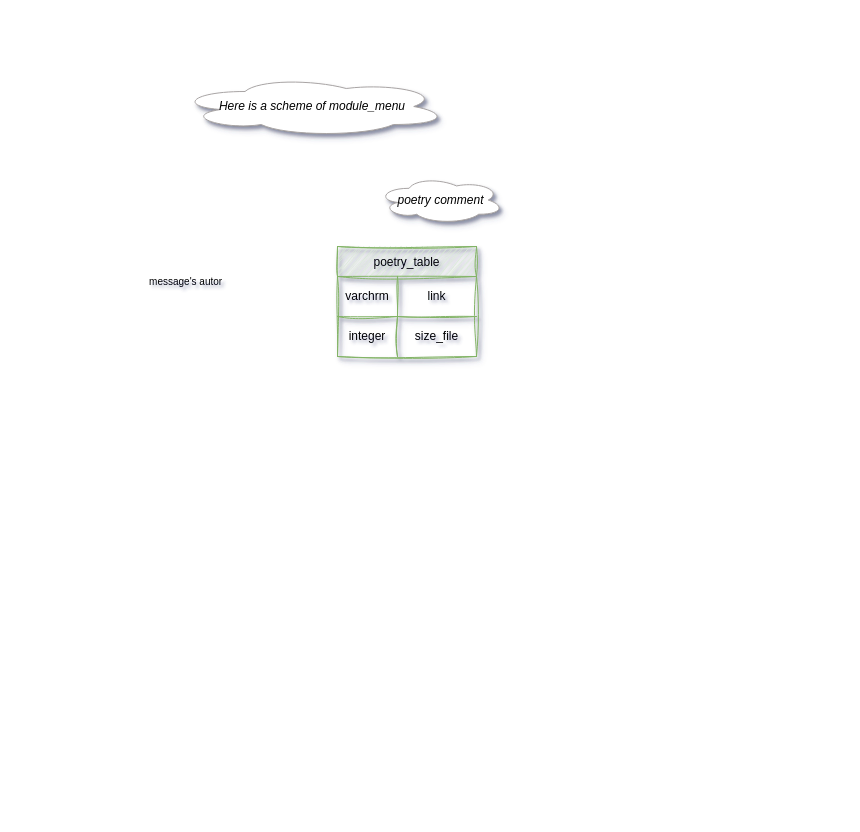
Before: archive/db-module_menu.drawio in Tryd0g0lik/module_menu, a draw.io diagram. Source tidied: cells renumbered, new cells numbered last; positions are measured from the earlier drawing's top-left corner, leaving out a move shared by most shapes. Both pictures are drawn from the tidied source at 100%, with x=0, y=0 at pixel (137, 76).
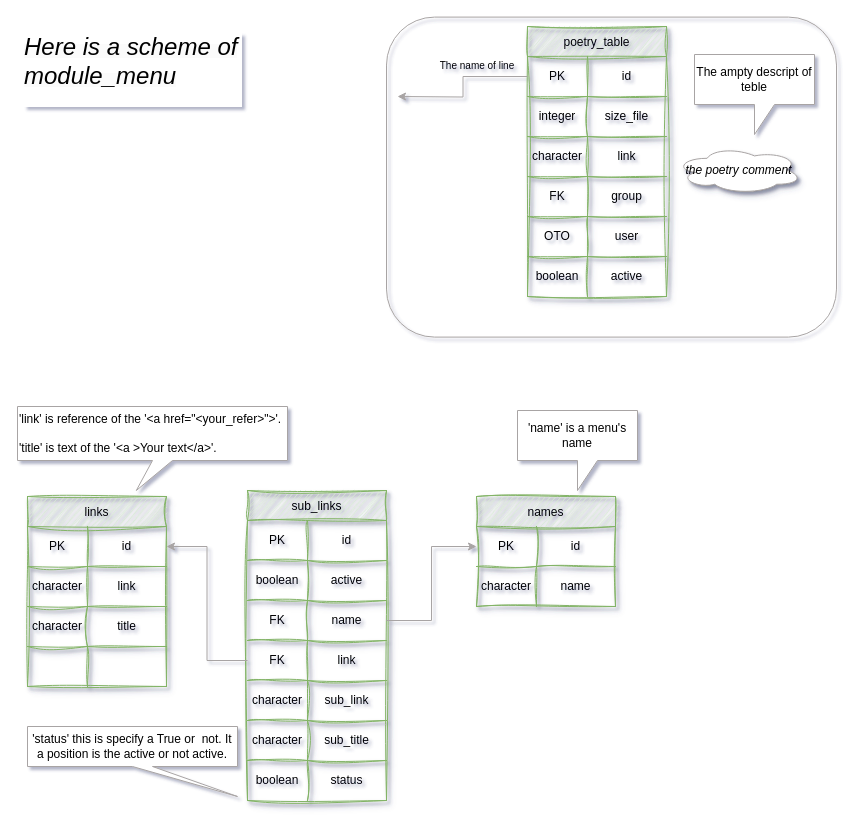
The same diagram, later.

Commit message (it also covers changes not shown here):
[master]: here a file 'archive/db-module_menu.drawio.png' added, was

The change refers to these unchanged cells:
```xml
<mxCell id="4" style="shape=tableRow;horizontal=0;startSize=0;swimlaneHead=0;swimlaneBody=0;strokeColor=inherit;top=0;left=0;bottom=0;right=0;fillColor=none;points=[[0,0.5],[1,0.5]];portConstraint=eastwest;" parent="3" vertex="1">
  <mxGeometry y="30" width="139" height="40" as="geometry" />
</mxCell>
```

Diff of the diagram source:
```diff
@@
-    <mxCell id="2" value="&lt;p style=&quot;line-height: 120%;&quot;&gt;&lt;i style=&quot;&quot;&gt;&lt;font style=&quot;font-size: 12px;&quot;&gt;Here is a scheme of module_menu&lt;/font&gt;&lt;/i&gt;&lt;/p&gt;" style="ellipse;shape=cloud;whiteSpace=wrap;html=1;shadow=1;strokeColor=#A8A4A4;fillColor=default;fillStyle=auto;" parent="1" vertex="1">
-      <mxGeometry x="40" width="270" height="60" as="geometry" />
-    </mxCell>
     <mxCell id="3" value="poetry_table" style="shape=table;startSize=30;childLayout=tableLayout;fillColor=#d5e8d4;strokeColor=#82b366;shadow=1;sketch=1;curveFitting=1;jiggle=2;" parent="1" vertex="1">
-      <mxGeometry x="200" y="170" width="139" height="110" as="geometry" />
+      <mxGeometry x="390" y="-50" width="139" height="270" as="geometry" />
     </mxCell>
@@
-    <mxCell id="5" value="varchrm" style="shape=partialRectangle;html=1;whiteSpace=wrap;strokeColor=inherit;overflow=hidden;fillColor=none;top=0;left=0;bottom=0;right=0;" parent="4" vertex="1">
+    <mxCell id="5" value="PK" style="shape=partialRectangle;html=1;whiteSpace=wrap;strokeColor=inherit;overflow=hidden;fillColor=none;top=0;left=0;bottom=0;right=0;" parent="4" vertex="1">
       <mxGeometry width="60" height="40" as="geometry" />
     </mxCell>
-    <mxCell id="6" value="link" style="shape=partialRectangle;html=1;whiteSpace=wrap;strokeColor=inherit;overflow=hidden;fillColor=none;top=0;left=0;bottom=0;right=0;" parent="4" vertex="1">
+    <mxCell id="6" value="id" style="shape=partialRectangle;html=1;whiteSpace=wrap;strokeColor=inherit;overflow=hidden;fillColor=none;top=0;left=0;bottom=0;right=0;" parent="4" vertex="1">
       <mxGeometry x="60" width="79" height="40" as="geometry" />
     </mxCell>
@@
+    <mxCell id="12" style="shape=tableRow;horizontal=0;startSize=0;swimlaneHead=0;swimlaneBody=0;strokeColor=inherit;top=0;left=0;bottom=0;right=0;fillColor=none;" parent="3" vertex="1">
+      <mxGeometry y="110" width="139" height="40" as="geometry" />
+    </mxCell>
+    <mxCell id="13" value="character" style="shape=partialRectangle;html=1;whiteSpace=wrap;strokeColor=inherit;overflow=hidden;fillColor=none;top=0;left=0;bottom=0;right=0;" parent="12" vertex="1">
+      <mxGeometry width="60" height="40" as="geometry" />
+    </mxCell>
+    <mxCell id="14" value="link" style="shape=partialRectangle;html=1;whiteSpace=wrap;strokeColor=inherit;overflow=hidden;fillColor=none;top=0;left=0;bottom=0;right=0;" parent="12" vertex="1">
+      <mxGeometry x="60" width="79" height="40" as="geometry" />
+    </mxCell>
+    <mxCell id="15" style="shape=tableRow;horizontal=0;startSize=0;swimlaneHead=0;swimlaneBody=0;strokeColor=inherit;top=0;left=0;bottom=0;right=0;fillColor=none;" parent="3" vertex="1">
+      <mxGeometry y="150" width="139" height="40" as="geometry" />
+    </mxCell>
+    <mxCell id="16" value="FK" style="shape=partialRectangle;html=1;whiteSpace=wrap;strokeColor=inherit;overflow=hidden;fillColor=none;top=0;left=0;bottom=0;right=0;" parent="15" vertex="1">
+      <mxGeometry width="60" height="40" as="geometry" />
+    </mxCell>
+    <mxCell id="17" value="group" style="shape=partialRectangle;html=1;whiteSpace=wrap;strokeColor=inherit;overflow=hidden;fillColor=none;top=0;left=0;bottom=0;right=0;" parent="15" vertex="1">
+      <mxGeometry x="60" width="79" height="40" as="geometry" />
+    </mxCell>
+    <mxCell id="18" style="shape=tableRow;horizontal=0;startSize=0;swimlaneHead=0;swimlaneBody=0;strokeColor=inherit;top=0;left=0;bottom=0;right=0;fillColor=none;" parent="3" vertex="1">
+      <mxGeometry y="190" width="139" height="40" as="geometry" />
+    </mxCell>
+    <mxCell id="19" value="OTO" style="shape=partialRectangle;html=1;whiteSpace=wrap;strokeColor=inherit;overflow=hidden;fillColor=none;top=0;left=0;bottom=0;right=0;" parent="18" vertex="1">
+      <mxGeometry width="60" height="40" as="geometry" />
+    </mxCell>
+    <mxCell id="20" value="user" style="shape=partialRectangle;html=1;whiteSpace=wrap;strokeColor=inherit;overflow=hidden;fillColor=none;top=0;left=0;bottom=0;right=0;" parent="18" vertex="1">
+      <mxGeometry x="60" width="79" height="40" as="geometry" />
+    </mxCell>
+    <mxCell id="21" style="shape=tableRow;horizontal=0;startSize=0;swimlaneHead=0;swimlaneBody=0;strokeColor=inherit;top=0;left=0;bottom=0;right=0;fillColor=none;" parent="3" vertex="1">
+      <mxGeometry y="230" width="139" height="40" as="geometry" />
+    </mxCell>
+    <mxCell id="22" value="boolean" style="shape=partialRectangle;html=1;whiteSpace=wrap;strokeColor=inherit;overflow=hidden;fillColor=none;top=0;left=0;bottom=0;right=0;" parent="21" vertex="1">
+      <mxGeometry width="60" height="40" as="geometry" />
+    </mxCell>
+    <mxCell id="23" value="active" style="shape=partialRectangle;html=1;whiteSpace=wrap;strokeColor=inherit;overflow=hidden;fillColor=none;top=0;left=0;bottom=0;right=0;" parent="21" vertex="1">
+      <mxGeometry x="60" width="79" height="40" as="geometry" />
+    </mxCell>
-    <mxCell id="10" value="&lt;p style=&quot;line-height: 120%;&quot;&gt;&lt;i&gt;poetry comment&lt;/i&gt;&lt;/p&gt;" style="ellipse;shape=cloud;whiteSpace=wrap;html=1;shadow=1;strokeColor=#A8A4A4;fillColor=default;fillStyle=auto;" parent="1" vertex="1">
-      <mxGeometry x="240" y="100" width="126.5" height="47.2" as="geometry" />
+    <mxCell id="10" value="&lt;p style=&quot;line-height: 120%;&quot;&gt;&lt;i&gt;the poetry comment&lt;/i&gt;&lt;/p&gt;" style="ellipse;shape=cloud;whiteSpace=wrap;html=1;shadow=1;strokeColor=#A8A4A4;fillColor=default;fillStyle=auto;" parent="1" vertex="1">
+      <mxGeometry x="538" y="70" width="126.5" height="47.2" as="geometry" />
     </mxCell>
-    <mxCell id="11" value="&lt;font style=&quot;font-size: 10px;&quot;&gt;message's autor&amp;nbsp;&lt;/font&gt;" style="text;html=1;align=center;verticalAlign=middle;whiteSpace=wrap;rounded=0;" parent="1" vertex="1">
-      <mxGeometry y="190" width="100" height="30" as="geometry" />
+    <mxCell id="11" value="&lt;span style=&quot;font-size: 10px;&quot;&gt;The name of line&lt;/span&gt;" style="text;html=1;align=center;verticalAlign=middle;whiteSpace=wrap;rounded=0;" parent="1" vertex="1">
+      <mxGeometry x="290" y="-26" width="100" height="30" as="geometry" />
     </mxCell>
+    <mxCell id="24" value="names" style="shape=table;startSize=30;childLayout=tableLayout;fillColor=#d5e8d4;strokeColor=#82b366;shadow=1;sketch=1;curveFitting=1;jiggle=2;" parent="1" vertex="1">
+      <mxGeometry x="339" y="420" width="139" height="110" as="geometry" />
+    </mxCell>
+    <mxCell id="25" style="shape=tableRow;horizontal=0;startSize=0;swimlaneHead=0;swimlaneBody=0;strokeColor=inherit;top=0;left=0;bottom=0;right=0;fillColor=none;points=[[0,0.5],[1,0.5]];portConstraint=eastwest;" parent="24" vertex="1">
+      <mxGeometry y="30" width="139" height="40" as="geometry" />
+    </mxCell>
+    <mxCell id="26" value="PK" style="shape=partialRectangle;html=1;whiteSpace=wrap;strokeColor=inherit;overflow=hidden;fillColor=none;top=0;left=0;bottom=0;right=0;" parent="25" vertex="1">
+      <mxGeometry width="60" height="40" as="geometry" />
+    </mxCell>
+    <mxCell id="27" value="id" style="shape=partialRectangle;html=1;whiteSpace=wrap;strokeColor=inherit;overflow=hidden;fillColor=none;top=0;left=0;bottom=0;right=0;" parent="25" vertex="1">
+      <mxGeometry x="60" width="79" height="40" as="geometry" />
+    </mxCell>
+    <mxCell id="28" style="shape=tableRow;horizontal=0;startSize=0;swimlaneHead=0;swimlaneBody=0;strokeColor=inherit;top=0;left=0;bottom=0;right=0;fillColor=none;" parent="24" vertex="1">
+      <mxGeometry y="70" width="139" height="40" as="geometry" />
+    </mxCell>
+    <mxCell id="29" value="character" style="shape=partialRectangle;html=1;whiteSpace=wrap;strokeColor=inherit;overflow=hidden;fillColor=none;top=0;left=0;bottom=0;right=0;" parent="28" vertex="1">
+      <mxGeometry width="60" height="40" as="geometry" />
+    </mxCell>
+    <mxCell id="30" value="name" style="shape=partialRectangle;html=1;whiteSpace=wrap;strokeColor=inherit;overflow=hidden;fillColor=none;top=0;left=0;bottom=0;right=0;" parent="28" vertex="1">
+      <mxGeometry x="60" width="79" height="40" as="geometry" />
+    </mxCell>
+    <mxCell id="31" value="links" style="shape=table;startSize=30;childLayout=tableLayout;fillColor=#d5e8d4;strokeColor=#82b366;shadow=1;sketch=1;curveFitting=1;jiggle=2;" parent="1" vertex="1">
+      <mxGeometry x="-110" y="420" width="139" height="190" as="geometry" />
+    </mxCell>
+    <mxCell id="32" style="shape=tableRow;horizontal=0;startSize=0;swimlaneHead=0;swimlaneBody=0;strokeColor=inherit;top=0;left=0;bottom=0;right=0;fillColor=none;points=[[0,0.5],[1,0.5]];portConstraint=eastwest;" parent="31" vertex="1">
+      <mxGeometry y="30" width="139" height="40" as="geometry" />
+    </mxCell>
+    <mxCell id="33" value="PK" style="shape=partialRectangle;html=1;whiteSpace=wrap;strokeColor=inherit;overflow=hidden;fillColor=none;top=0;left=0;bottom=0;right=0;" parent="32" vertex="1">
+      <mxGeometry width="60" height="40" as="geometry" />
+    </mxCell>
+    <mxCell id="34" value="id" style="shape=partialRectangle;html=1;whiteSpace=wrap;strokeColor=inherit;overflow=hidden;fillColor=none;top=0;left=0;bottom=0;right=0;" parent="32" vertex="1">
+      <mxGeometry x="60" width="79" height="40" as="geometry" />
+    </mxCell>
+    <mxCell id="35" style="shape=tableRow;horizontal=0;startSize=0;swimlaneHead=0;swimlaneBody=0;strokeColor=inherit;top=0;left=0;bottom=0;right=0;fillColor=none;" parent="31" vertex="1">
+      <mxGeometry y="70" width="139" height="40" as="geometry" />
+    </mxCell>
+    <mxCell id="36" value="character" style="shape=partialRectangle;html=1;whiteSpace=wrap;strokeColor=inherit;overflow=hidden;fillColor=none;top=0;left=0;bottom=0;right=0;" parent="35" vertex="1">
+      <mxGeometry width="60" height="40" as="geometry" />
+    </mxCell>
+    <mxCell id="37" value="link" style="shape=partialRectangle;html=1;whiteSpace=wrap;strokeColor=inherit;overflow=hidden;fillColor=none;top=0;left=0;bottom=0;right=0;" parent="35" vertex="1">
+      <mxGeometry x="60" width="79" height="40" as="geometry" />
+    </mxCell>
+    <mxCell id="38" style="shape=tableRow;horizontal=0;startSize=0;swimlaneHead=0;swimlaneBody=0;strokeColor=inherit;top=0;left=0;bottom=0;right=0;fillColor=none;" parent="31" vertex="1">
+      <mxGeometry y="110" width="139" height="40" as="geometry" />
+    </mxCell>
+    <mxCell id="39" value="character" style="shape=partialRectangle;html=1;whiteSpace=wrap;strokeColor=inherit;overflow=hidden;fillColor=none;top=0;left=0;bottom=0;right=0;" parent="38" vertex="1">
+      <mxGeometry width="60" height="40" as="geometry" />
+    </mxCell>
+    <mxCell id="40" value="title" style="shape=partialRectangle;html=1;whiteSpace=wrap;strokeColor=inherit;overflow=hidden;fillColor=none;top=0;left=0;bottom=0;right=0;" parent="38" vertex="1">
+      <mxGeometry x="60" width="79" height="40" as="geometry" />
+    </mxCell>
+    <mxCell id="41" style="shape=tableRow;horizontal=0;startSize=0;swimlaneHead=0;swimlaneBody=0;strokeColor=inherit;top=0;left=0;bottom=0;right=0;fillColor=none;" parent="31" vertex="1">
+      <mxGeometry y="150" width="139" height="40" as="geometry" />
+    </mxCell>
+    <mxCell id="42" style="shape=partialRectangle;html=1;whiteSpace=wrap;strokeColor=inherit;overflow=hidden;fillColor=none;top=0;left=0;bottom=0;right=0;" parent="41" vertex="1">
+      <mxGeometry width="60" height="40" as="geometry" />
+    </mxCell>
+    <mxCell id="43" style="shape=partialRectangle;html=1;whiteSpace=wrap;strokeColor=inherit;overflow=hidden;fillColor=none;top=0;left=0;bottom=0;right=0;" parent="41" vertex="1">
+      <mxGeometry x="60" width="79" height="40" as="geometry" />
+    </mxCell>
+    <mxCell id="44" value="sub_links" style="shape=table;startSize=30;childLayout=tableLayout;fillColor=#d5e8d4;strokeColor=#82b366;shadow=1;sketch=1;curveFitting=1;jiggle=2;" parent="1" vertex="1">
+      <mxGeometry x="110" y="414" width="139" height="310" as="geometry" />
+    </mxCell>
+    <mxCell id="45" style="shape=tableRow;horizontal=0;startSize=0;swimlaneHead=0;swimlaneBody=0;strokeColor=inherit;top=0;left=0;bottom=0;right=0;fillColor=none;" parent="44" vertex="1">
+      <mxGeometry y="30" width="139" height="40" as="geometry" />
+    </mxCell>
+    <mxCell id="46" value="PK" style="shape=partialRectangle;html=1;whiteSpace=wrap;strokeColor=inherit;overflow=hidden;fillColor=none;top=0;left=0;bottom=0;right=0;" parent="45" vertex="1">
+      <mxGeometry width="60" height="40" as="geometry" />
+    </mxCell>
+    <mxCell id="47" value="id" style="shape=partialRectangle;html=1;whiteSpace=wrap;strokeColor=inherit;overflow=hidden;fillColor=none;top=0;left=0;bottom=0;right=0;" parent="45" vertex="1">
+      <mxGeometry x="60" width="79" height="40" as="geometry" />
+    </mxCell>
+    <mxCell id="48" style="shape=tableRow;horizontal=0;startSize=0;swimlaneHead=0;swimlaneBody=0;strokeColor=inherit;top=0;left=0;bottom=0;right=0;fillColor=none;" parent="44" vertex="1">
+      <mxGeometry y="70" width="139" height="40" as="geometry" />
+    </mxCell>
+    <mxCell id="49" value="boolean" style="shape=partialRectangle;html=1;whiteSpace=wrap;strokeColor=inherit;overflow=hidden;fillColor=none;top=0;left=0;bottom=0;right=0;" parent="48" vertex="1">
+      <mxGeometry width="60" height="40" as="geometry" />
+    </mxCell>
+    <mxCell id="50" value="active" style="shape=partialRectangle;html=1;whiteSpace=wrap;strokeColor=inherit;overflow=hidden;fillColor=none;top=0;left=0;bottom=0;right=0;" parent="48" vertex="1">
+      <mxGeometry x="60" width="79" height="40" as="geometry" />
+    </mxCell>
+    <mxCell id="51" style="shape=tableRow;horizontal=0;startSize=0;swimlaneHead=0;swimlaneBody=0;strokeColor=inherit;top=0;left=0;bottom=0;right=0;fillColor=none;points=[[0,0.5],[1,0.5]];portConstraint=eastwest;" parent="44" vertex="1">
+      <mxGeometry y="110" width="139" height="40" as="geometry" />
+    </mxCell>
+    <mxCell id="52" value="FK" style="shape=partialRectangle;html=1;whiteSpace=wrap;strokeColor=inherit;overflow=hidden;fillColor=none;top=0;left=0;bottom=0;right=0;" parent="51" vertex="1">
+      <mxGeometry width="60" height="40" as="geometry" />
+    </mxCell>
+    <mxCell id="53" value="name" style="shape=partialRectangle;html=1;whiteSpace=wrap;strokeColor=inherit;overflow=hidden;fillColor=none;top=0;left=0;bottom=0;right=0;" parent="51" vertex="1">
+      <mxGeometry x="60" width="79" height="40" as="geometry" />
+    </mxCell>
+    <mxCell id="54" style="shape=tableRow;horizontal=0;startSize=0;swimlaneHead=0;swimlaneBody=0;strokeColor=inherit;top=0;left=0;bottom=0;right=0;fillColor=none;points=[[0,0.5],[1,0.5]];portConstraint=eastwest;" parent="44" vertex="1">
+      <mxGeometry y="150" width="139" height="40" as="geometry" />
+    </mxCell>
+    <mxCell id="55" value="FK" style="shape=partialRectangle;html=1;whiteSpace=wrap;strokeColor=inherit;overflow=hidden;fillColor=none;top=0;left=0;bottom=0;right=0;" parent="54" vertex="1">
+      <mxGeometry width="60" height="40" as="geometry" />
+    </mxCell>
+    <mxCell id="56" value="link" style="shape=partialRectangle;html=1;whiteSpace=wrap;strokeColor=inherit;overflow=hidden;fillColor=none;top=0;left=0;bottom=0;right=0;" parent="54" vertex="1">
+      <mxGeometry x="60" width="79" height="40" as="geometry" />
+    </mxCell>
+    <mxCell id="57" style="shape=tableRow;horizontal=0;startSize=0;swimlaneHead=0;swimlaneBody=0;strokeColor=inherit;top=0;left=0;bottom=0;right=0;fillColor=none;" parent="44" vertex="1">
+      <mxGeometry y="190" width="139" height="40" as="geometry" />
+    </mxCell>
+    <mxCell id="58" value="character" style="shape=partialRectangle;html=1;whiteSpace=wrap;strokeColor=inherit;overflow=hidden;fillColor=none;top=0;left=0;bottom=0;right=0;" parent="57" vertex="1">
+      <mxGeometry width="60" height="40" as="geometry" />
+    </mxCell>
+    <mxCell id="59" value="sub_link" style="shape=partialRectangle;html=1;whiteSpace=wrap;strokeColor=inherit;overflow=hidden;fillColor=none;top=0;left=0;bottom=0;right=0;" parent="57" vertex="1">
+      <mxGeometry x="60" width="79" height="40" as="geometry" />
+    </mxCell>
+    <mxCell id="60" style="shape=tableRow;horizontal=0;startSize=0;swimlaneHead=0;swimlaneBody=0;strokeColor=inherit;top=0;left=0;bottom=0;right=0;fillColor=none;" parent="44" vertex="1">
+      <mxGeometry y="230" width="139" height="40" as="geometry" />
+    </mxCell>
+    <mxCell id="61" value="character" style="shape=partialRectangle;html=1;whiteSpace=wrap;strokeColor=inherit;overflow=hidden;fillColor=none;top=0;left=0;bottom=0;right=0;" parent="60" vertex="1">
+      <mxGeometry width="60" height="40" as="geometry" />
+    </mxCell>
+    <mxCell id="62" value="sub_title" style="shape=partialRectangle;html=1;whiteSpace=wrap;strokeColor=inherit;overflow=hidden;fillColor=none;top=0;left=0;bottom=0;right=0;" parent="60" vertex="1">
+      <mxGeometry x="60" width="79" height="40" as="geometry" />
+    </mxCell>
+    <mxCell id="63" style="shape=tableRow;horizontal=0;startSize=0;swimlaneHead=0;swimlaneBody=0;strokeColor=inherit;top=0;left=0;bottom=0;right=0;fillColor=none;" parent="44" vertex="1">
+      <mxGeometry y="270" width="139" height="40" as="geometry" />
+    </mxCell>
+    <mxCell id="64" value="boolean" style="shape=partialRectangle;html=1;whiteSpace=wrap;strokeColor=inherit;overflow=hidden;fillColor=none;top=0;left=0;bottom=0;right=0;" parent="63" vertex="1">
+      <mxGeometry width="60" height="40" as="geometry" />
+    </mxCell>
+    <mxCell id="65" value="status" style="shape=partialRectangle;html=1;whiteSpace=wrap;strokeColor=inherit;overflow=hidden;fillColor=none;top=0;left=0;bottom=0;right=0;" parent="63" vertex="1">
+      <mxGeometry x="60" width="79" height="40" as="geometry" />
+    </mxCell>
+    <mxCell id="66" style="edgeStyle=orthogonalEdgeStyle;rounded=0;jettySize=auto;html=1;strokeColor=#A8A4A4;" parent="1" edge="1" source="51" target="25">
+      <mxGeometry relative="1" as="geometry" />
+    </mxCell>
+    <mxCell id="67" style="edgeStyle=orthogonalEdgeStyle;rounded=0;jettySize=auto;html=1;entryX=1;entryY=0.5;entryDx=0;entryDy=0;strokeColor=#A8A4A4;" parent="1" edge="1" source="54" target="32">
+      <mxGeometry relative="1" as="geometry" />
+    </mxCell>
+    <mxCell id="68" value="'link' is reference of the '&amp;lt;a href=&quot;&amp;lt;your_refer&amp;gt;&quot;&amp;gt;'.&lt;br&gt;&lt;br&gt;&lt;div&gt;'title' is text&amp;nbsp;&lt;span style=&quot;background-color: initial;&quot;&gt;of the '&amp;lt;a &amp;gt;Your text&amp;lt;/a&amp;gt;'.&lt;br&gt;&lt;/span&gt;&lt;/div&gt;" style="shape=callout;whiteSpace=wrap;html=1;perimeter=calloutPerimeter;strokeColor=#A8A4A4;align=left;verticalAlign=middle;fontFamily=Helvetica;fontSize=12;fontColor=default;fillColor=default;position2=0.44;" parent="1" vertex="1">
+      <mxGeometry x="-120" y="330" width="270" height="84" as="geometry" />
+    </mxCell>
+    <mxCell id="69" value="The ampty descript of teble" style="shape=callout;whiteSpace=wrap;html=1;perimeter=calloutPerimeter;strokeColor=#A8A4A4;align=center;verticalAlign=middle;fontFamily=Helvetica;fontSize=12;fontColor=default;fillColor=default;" parent="1" vertex="1">
+      <mxGeometry x="557" y="-22" width="120" height="80" as="geometry" />
+    </mxCell>
+    <mxCell id="70" style="edgeStyle=orthogonalEdgeStyle;rounded=0;jettySize=auto;html=1;fontFamily=Helvetica;fontSize=12;fontColor=default;strokeColor=#A8A4A4;" parent="1" edge="1" source="4">
+      <mxGeometry relative="1" as="geometry">
+        <mxPoint x="260" y="20" as="targetPoint" />
+      </mxGeometry>
+    </mxCell>
+    <mxCell id="71" style="rounded=1;whiteSpace=wrap;html=1;strokeColor=#A8A4A4;align=center;verticalAlign=middle;fontFamily=Helvetica;fontSize=12;fontColor=default;labelBackgroundColor=default;fillColor=none;" parent="1" vertex="1">
+      <mxGeometry x="249" y="-59.4" width="450" height="320" as="geometry" />
+    </mxCell>
+    <mxCell id="72" value="'name' is a menu's name" style="shape=callout;whiteSpace=wrap;html=1;perimeter=calloutPerimeter;strokeColor=#A8A4A4;align=center;verticalAlign=middle;fontFamily=Helvetica;fontSize=12;fontColor=default;fillColor=default;" parent="1" vertex="1">
+      <mxGeometry x="380" y="334" width="120" height="80" as="geometry" />
+    </mxCell>
+    <mxCell id="73" value="&lt;span style=&quot;text-align: left;&quot;&gt;'status' this is specify a True or&amp;nbsp; not. It a position is the active or not active.&lt;/span&gt;" style="shape=callout;whiteSpace=wrap;html=1;perimeter=calloutPerimeter;strokeColor=#A8A4A4;align=center;verticalAlign=middle;fontFamily=Helvetica;fontSize=12;fontColor=default;fillColor=default;position2=1;" parent="1" vertex="1">
+      <mxGeometry x="-110" y="650" width="210" height="70" as="geometry" />
+    </mxCell>
+    <mxCell id="2" value="&lt;h1 style=&quot;margin-top: 0px;&quot;&gt;&lt;i style=&quot;font-size: 12px; font-weight: normal; text-align: center; background-color: rgb(251, 251, 251);&quot;&gt;&lt;font style=&quot;font-size: 24px;&quot;&gt;Here is a scheme of module_menu&lt;/font&gt;&lt;/i&gt;&lt;br&gt;&lt;/h1&gt;" style="text;html=1;whiteSpace=wrap;overflow=hidden;rounded=0;fontFamily=Helvetica;fontSize=12;fontColor=default;labelBackgroundColor=default;" parent="1" vertex="1">
+      <mxGeometry x="-115" y="-50" width="220" height="89.4" as="geometry" />
+    </mxCell>
```
